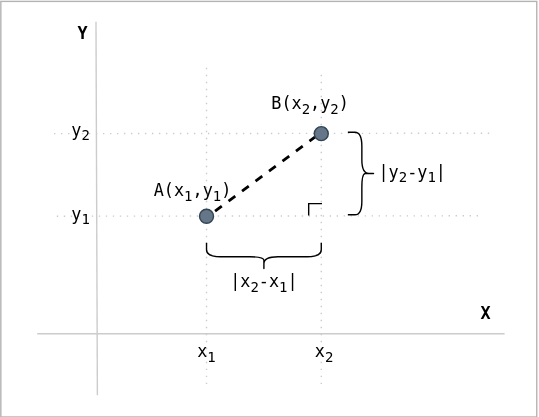
Earlier version of the draw.io export public/diagrams/line-dist-2pts.svg (datkumar/code-journal). Source tidied: cells renumbered, new cells last; positions are measured from the earlier drawing's top-left corner, leaving out a move shared by most shapes.
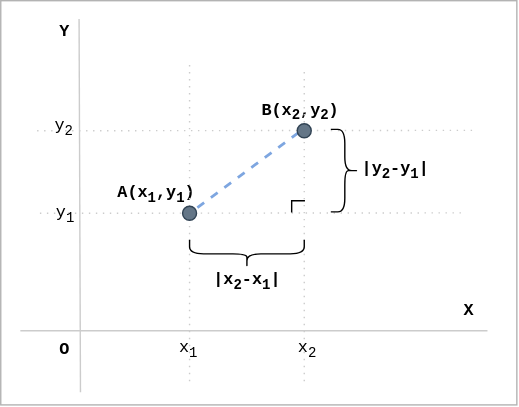
Above is the later version.

Diff of the diagram source:
```diff
@@ -3,7 +3,7 @@
     <mxCell id="0" />
     <mxCell id="1" parent="0" />
     <mxCell id="2" style="rounded=0;whiteSpace=wrap;html=1;fillStyle=solid;fontFamily=monospace;labelBackgroundColor=default;fillColor=light-dark(#FFFFFF,#FFFFFF);strokeColor=light-dark(#B3B3B3,#B3B3B3);" parent="1" vertex="1">
-      <mxGeometry y="-0.5" width="383" height="297" as="geometry" />
+      <mxGeometry x="12" y="1" width="369" height="289" as="geometry" />
     </mxCell>
     <mxCell id="3" style="endArrow=none;html=1;strokeWidth=1;rounded=0;strokeColor=#CCCCCC;fontFamily=monospace;fontColor=light-dark(#000000,#000000);dashed=1;dashPattern=1 4;labelBackgroundColor=none;" parent="1" edge="1">
       <mxGeometry relative="1" as="geometry">
@@ -23,20 +23,20 @@
         <mxPoint x="360" y="237" as="targetPoint" />
       </mxGeometry>
     </mxCell>
-    <mxCell id="6" value="A(x&lt;sub&gt;1&lt;/sub&gt;,y&lt;sub&gt;1&lt;/sub&gt;)" style="text;html=1;align=center;verticalAlign=middle;whiteSpace=wrap;rounded=0;fontFamily=monospace;fontColor=light-dark(#000000,#000000);labelBackgroundColor=none;" parent="1" vertex="1">
-      <mxGeometry x="107" y="124" width="61" height="24" as="geometry" />
+    <mxCell id="6" value="A(x&lt;sub&gt;1&lt;/sub&gt;,y&lt;sub&gt;1&lt;/sub&gt;)" style="text;html=1;align=center;verticalAlign=middle;whiteSpace=wrap;rounded=0;fontFamily=monospace;fontColor=light-dark(#000000,#000000);labelBackgroundColor=none;fontStyle=1;" parent="1" vertex="1">
+      <mxGeometry x="93" y="128" width="61" height="24" as="geometry" />
     </mxCell>
-    <mxCell id="7" value="B(x&lt;sub&gt;2&lt;/sub&gt;,y&lt;sub&gt;2&lt;/sub&gt;)" style="text;html=1;align=center;verticalAlign=middle;whiteSpace=wrap;rounded=0;fontFamily=monospace;fontColor=light-dark(#000000,#000000);labelBackgroundColor=none;" parent="1" vertex="1">
-      <mxGeometry x="191" y="62" width="61" height="24" as="geometry" />
+    <mxCell id="7" value="B(x&lt;sub&gt;2&lt;/sub&gt;,y&lt;sub&gt;2&lt;/sub&gt;)" style="text;html=1;align=center;verticalAlign=middle;whiteSpace=wrap;rounded=0;fontFamily=monospace;fontColor=light-dark(#000000,#000000);labelBackgroundColor=none;fontStyle=1;" parent="1" vertex="1">
+      <mxGeometry x="196" y="69" width="61" height="24" as="geometry" />
     </mxCell>
-    <mxCell id="8" style="endArrow=none;startArrow=none;html=1;rounded=0;strokeColor=#000000;fontFamily=monospace;fontColor=light-dark(#000000,#000000);dashed=1;strokeWidth=2;labelBackgroundColor=none;startFill=0;exitX=0;exitY=1;exitDx=0;exitDy=0;entryX=1;entryY=0;entryDx=0;entryDy=0;" parent="1" edge="1" source="13" target="16">
+    <mxCell id="8" style="endArrow=none;startArrow=none;html=1;rounded=0;strokeColor=#7EA6E0;fontFamily=monospace;fontColor=light-dark(#000000,#000000);dashed=1;strokeWidth=2;labelBackgroundColor=none;startFill=0;exitX=0;exitY=1;exitDx=0;exitDy=0;entryX=1;entryY=0;entryDx=0;entryDy=0;" parent="1" edge="1" source="13" target="16">
       <mxGeometry relative="1" as="geometry" />
     </mxCell>
     <mxCell id="9" value="X" style="text;html=1;align=center;verticalAlign=middle;whiteSpace=wrap;rounded=0;fontFamily=monospace;fontStyle=1;fontColor=light-dark(#000000,#000000);labelBackgroundColor=none;" parent="1" vertex="1">
       <mxGeometry x="332" y="213" width="30" height="20" as="geometry" />
     </mxCell>
     <mxCell id="10" value="Y" style="text;html=1;align=center;verticalAlign=middle;whiteSpace=wrap;rounded=0;fontFamily=monospace;fontStyle=1;fontColor=light-dark(#000000,#000000);labelBackgroundColor=none;" parent="1" vertex="1">
-      <mxGeometry x="44" y="13" width="30" height="20" as="geometry" />
+      <mxGeometry x="43" y="14" width="30" height="20" as="geometry" />
     </mxCell>
     <mxCell id="11" style="endArrow=none;html=1;strokeWidth=1;rounded=0;strokeColor=#CCCCCC;fontFamily=monospace;fontColor=light-dark(#000000,#000000);dashed=1;dashPattern=1 4;labelBackgroundColor=none;" parent="1" edge="1">
       <mxGeometry relative="1" as="geometry">
@@ -71,7 +71,7 @@
     <mxCell id="18" style="shape=partialRectangle;whiteSpace=wrap;html=1;bottom=0;right=0;fillColor=none;fontFamily=monospace;fontColor=light-dark(#000000,#000000);labelBackgroundColor=none;strokeColor=light-dark(#000000,#000000);" parent="1" vertex="1">
       <mxGeometry x="220" y="144" width="9" height="8" as="geometry" />
     </mxCell>
-    <mxCell id="19" value="|x&lt;sub&gt;2&lt;/sub&gt;-x&lt;sub&gt;1&lt;/sub&gt;|" style="text;html=1;align=center;verticalAlign=middle;whiteSpace=wrap;rounded=0;fontFamily=monospace;fontColor=light-dark(#000000,#000000);labelBackgroundColor=none;" parent="1" vertex="1">
+    <mxCell id="19" value="|x&lt;sub&gt;2&lt;/sub&gt;-x&lt;sub&gt;1&lt;/sub&gt;|" style="text;html=1;align=center;verticalAlign=middle;whiteSpace=wrap;rounded=0;fontFamily=monospace;fontColor=light-dark(#000000,#000000);labelBackgroundColor=none;fontStyle=1;" parent="1" vertex="1">
       <mxGeometry x="159.5" y="192" width="57" height="19" as="geometry" />
     </mxCell>
     <mxCell id="20" value="&lt;span style=&quot;font-size: 12px; font-style: normal; font-variant-ligatures: normal; font-variant-caps: normal; font-weight: 400; letter-spacing: normal; orphans: 2; text-indent: 0px; text-transform: none; widows: 2; word-spacing: 0px; -webkit-text-stroke-width: 0px; white-space: normal; text-decoration-thickness: initial; text-decoration-style: initial; text-decoration-color: initial; float: none; display: inline !important;&quot;&gt;x&lt;/span&gt;&lt;sub style=&quot;forced-color-adjust: none; font-style: normal; font-variant-ligatures: normal; font-variant-caps: normal; font-weight: 400; letter-spacing: normal; orphans: 2; text-indent: 0px; text-transform: none; widows: 2; word-spacing: 0px; -webkit-text-stroke-width: 0px; white-space: normal; text-decoration-thickness: initial; text-decoration-style: initial; text-decoration-color: initial;&quot;&gt;1&lt;/sub&gt;" style="text;whiteSpace=wrap;html=1;align=center;verticalAlign=middle;fontFamily=monospace;fontColor=light-dark(#000000,#000000);labelBackgroundColor=none;" parent="1" vertex="1">
@@ -80,14 +80,17 @@
     <mxCell id="21" value="&lt;span style=&quot;font-size: 12px; font-style: normal; font-variant-ligatures: normal; font-variant-caps: normal; font-weight: 400; letter-spacing: normal; orphans: 2; text-indent: 0px; text-transform: none; widows: 2; word-spacing: 0px; -webkit-text-stroke-width: 0px; white-space: normal; text-decoration-thickness: initial; text-decoration-style: initial; text-decoration-color: initial; float: none; display: inline !important;&quot;&gt;x&lt;/span&gt;&lt;sub style=&quot;forced-color-adjust: none; font-style: normal; font-variant-ligatures: normal; font-variant-caps: normal; font-weight: 400; letter-spacing: normal; orphans: 2; text-indent: 0px; text-transform: none; widows: 2; word-spacing: 0px; -webkit-text-stroke-width: 0px; white-space: normal; text-decoration-thickness: initial; text-decoration-style: initial; text-decoration-color: initial;&quot;&gt;2&lt;/sub&gt;" style="text;whiteSpace=wrap;html=1;align=center;verticalAlign=middle;fontFamily=monospace;fontColor=light-dark(#000000,#000000);labelBackgroundColor=none;" parent="1" vertex="1">
       <mxGeometry x="218" y="237" width="27" height="27" as="geometry" />
     </mxCell>
-    <mxCell id="22" value="|y&lt;sub&gt;2&lt;/sub&gt;-y&lt;sub&gt;1&lt;/sub&gt;|" style="text;html=1;align=center;verticalAlign=middle;whiteSpace=wrap;rounded=0;fontFamily=monospace;fontColor=light-dark(#000000,#000000);labelBackgroundColor=none;" parent="1" vertex="1">
+    <mxCell id="22" value="|y&lt;sub&gt;2&lt;/sub&gt;-y&lt;sub&gt;1&lt;/sub&gt;|" style="text;html=1;align=center;verticalAlign=middle;whiteSpace=wrap;rounded=0;fontFamily=monospace;fontColor=light-dark(#000000,#000000);labelBackgroundColor=none;fontStyle=1;" parent="1" vertex="1">
       <mxGeometry x="266" y="113" width="57" height="19" as="geometry" />
     </mxCell>
     <mxCell id="23" value="&lt;span style=&quot;font-size: 12px; font-style: normal; font-variant-ligatures: normal; font-variant-caps: normal; font-weight: 400; letter-spacing: normal; orphans: 2; text-indent: 0px; text-transform: none; widows: 2; word-spacing: 0px; -webkit-text-stroke-width: 0px; white-space: normal; text-decoration-thickness: initial; text-decoration-style: initial; text-decoration-color: initial; float: none; display: inline !important;&quot;&gt;y&lt;/span&gt;&lt;sub style=&quot;forced-color-adjust: none; font-style: normal; font-variant-ligatures: normal; font-variant-caps: normal; font-weight: 400; letter-spacing: normal; orphans: 2; text-indent: 0px; text-transform: none; widows: 2; word-spacing: 0px; -webkit-text-stroke-width: 0px; white-space: normal; text-decoration-thickness: initial; text-decoration-style: initial; text-decoration-color: initial;&quot;&gt;1&lt;/sub&gt;" style="text;whiteSpace=wrap;html=1;align=center;verticalAlign=middle;fontFamily=monospace;fontColor=light-dark(#000000,#000000);labelBackgroundColor=none;" parent="1" vertex="1">
-      <mxGeometry x="44" y="139" width="27" height="27" as="geometry" />
+      <mxGeometry x="44.5" y="140" width="27" height="27" as="geometry" />
     </mxCell>
     <mxCell id="24" value="&lt;span style=&quot;font-size: 12px; font-style: normal; font-variant-ligatures: normal; font-variant-caps: normal; font-weight: 400; letter-spacing: normal; orphans: 2; text-indent: 0px; text-transform: none; widows: 2; word-spacing: 0px; -webkit-text-stroke-width: 0px; white-space: normal; text-decoration-thickness: initial; text-decoration-style: initial; text-decoration-color: initial; float: none; display: inline !important;&quot;&gt;y&lt;/span&gt;&lt;sub style=&quot;forced-color-adjust: none; font-style: normal; font-variant-ligatures: normal; font-variant-caps: normal; font-weight: 400; letter-spacing: normal; orphans: 2; text-indent: 0px; text-transform: none; widows: 2; word-spacing: 0px; -webkit-text-stroke-width: 0px; white-space: normal; text-decoration-thickness: initial; text-decoration-style: initial; text-decoration-color: initial;&quot;&gt;2&lt;/sub&gt;" style="text;whiteSpace=wrap;html=1;align=center;verticalAlign=middle;fontFamily=monospace;fontColor=light-dark(#000000,#000000);labelBackgroundColor=none;" parent="1" vertex="1">
-      <mxGeometry x="44" y="79" width="27" height="27" as="geometry" />
+      <mxGeometry x="44" y="78" width="27" height="27" as="geometry" />
     </mxCell>
+    <mxCell id="25" value="O" style="text;html=1;align=center;verticalAlign=middle;whiteSpace=wrap;rounded=0;fontFamily=monospace;fontStyle=1;fontColor=light-dark(#000000,#000000);labelBackgroundColor=none;" parent="1" vertex="1">
+      <mxGeometry x="43" y="240.5" width="30" height="20" as="geometry" />
+    </mxCell>
   </root>
 </mxGraphModel>
```
